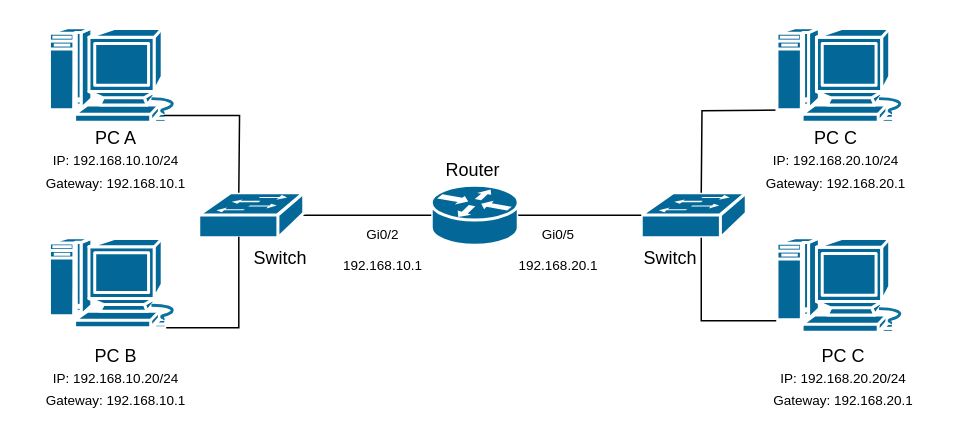
Above: Routers.drawio in PLAD26/-MAC-Tabellen-und-Switching- (draw.io), before the change. Source tidied: cells renumbered, new cells numbered last; positions are measured from the earlier drawing's top-left corner, leaving out a move shared by most shapes. Both pictures are drawn from the tidied source at 150%, with x=0, y=0 at pixel (40, 27).
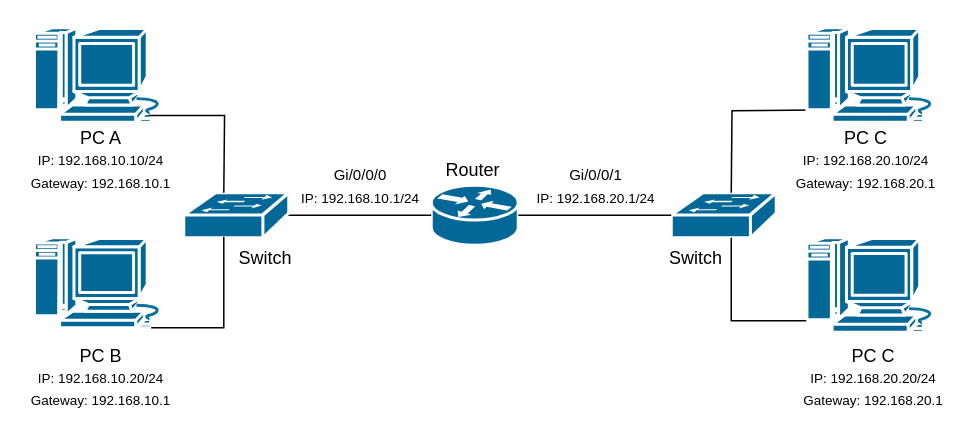
Above is the later version.

What changed in the source:
```diff
@@
     <mxCell id="4" style="strokeColor=#ffffff;sketch=0;html=1;dashed=0;fillColor=#036897;strokeWidth=2;verticalLabelPosition=bottom;verticalAlign=top;align=center;outlineConnect=0;shape=mxgraph.cisco.switches.workgroup_switch;" parent="1" vertex="1">
-      <mxGeometry x="105" y="110" width="70" height="30" as="geometry" />
+      <mxGeometry x="95" y="110" width="70" height="30" as="geometry" />
     </mxCell>
     <mxCell id="5" style="strokeColor=#ffffff;sketch=0;html=1;dashed=0;fillColor=#036897;strokeWidth=2;verticalLabelPosition=bottom;verticalAlign=top;align=center;outlineConnect=0;shape=mxgraph.cisco.switches.workgroup_switch;" parent="1" vertex="1">
-      <mxGeometry x="400" y="110" width="70" height="30" as="geometry" />
+      <mxGeometry x="420" y="110" width="70" height="30" as="geometry" />
     </mxCell>
     <mxCell id="6" style="sketch=0;html=1;dashed=0;fillColor=#036897;strokeColor=#ffffff;strokeWidth=2;verticalLabelPosition=bottom;verticalAlign=top;align=center;shape=mxgraph.cisco.computers_and_peripherals.macintosh;" parent="1" vertex="1">
-      <mxGeometry x="5" width="90" height="63" as="geometry" />
+      <mxGeometry x="-5" width="90" height="63" as="geometry" />
     </mxCell>
     <mxCell id="7" style="sketch=0;html=1;dashed=0;fillColor=#036897;strokeColor=#ffffff;strokeWidth=2;verticalLabelPosition=bottom;verticalAlign=top;align=center;outlineConnect=0;shape=mxgraph.cisco.computers_and_peripherals.macintosh;" parent="1" vertex="1">
-      <mxGeometry x="5" y="140" width="90" height="60" as="geometry" />
+      <mxGeometry x="-5" y="140" width="90" height="60" as="geometry" />
     </mxCell>
     <mxCell id="8" style="edgeStyle=orthogonalEdgeStyle;rounded=0;orthogonalLoop=1;jettySize=auto;html=1;exitX=0.015;exitY=0.87;exitDx=0;exitDy=0;exitPerimeter=0;endArrow=none;endFill=0;" parent="1" edge="1">
       <mxGeometry relative="1" as="geometry">
-        <mxPoint x="496.3" y="54.8" as="sourcePoint" />
-        <mxPoint x="440" y="110" as="targetPoint" />
+        <mxPoint x="516.3" y="54.8" as="sourcePoint" />
+        <mxPoint x="460" y="110" as="targetPoint" />
       </mxGeometry>
     </mxCell>
     <mxCell id="9" style="sketch=0;html=1;dashed=0;fillColor=#036897;strokeColor=#ffffff;strokeWidth=2;verticalLabelPosition=bottom;verticalAlign=top;align=center;shape=mxgraph.cisco.computers_and_peripherals.macintosh;" parent="1" vertex="1">
-      <mxGeometry x="490" width="90" height="63" as="geometry" />
+      <mxGeometry x="510" width="90" height="63" as="geometry" />
     </mxCell>
     <mxCell id="10" style="sketch=0;html=1;dashed=0;fillColor=#036897;strokeColor=#ffffff;strokeWidth=2;verticalLabelPosition=bottom;verticalAlign=top;align=center;shape=mxgraph.cisco.computers_and_peripherals.macintosh;" parent="1" vertex="1">
-      <mxGeometry x="490" y="140" width="90" height="63" as="geometry" />
+      <mxGeometry x="510" y="140" width="90" height="63" as="geometry" />
     </mxCell>
@@
     <mxCell id="12" style="edgeStyle=orthogonalEdgeStyle;rounded=0;jettySize=auto;html=1;exitX=0.818;exitY=-0.038;exitDx=0;exitDy=0;exitPerimeter=0;entryX=0.5;entryY=0;entryDx=0;entryDy=0;entryPerimeter=0;endArrow=none;endFill=0;" parent="1" edge="1" source="18">
       <mxGeometry relative="1" as="geometry">
-        <mxPoint x="131.7" y="110" as="targetPoint" />
+        <mxPoint x="121.7" y="110" as="targetPoint" />
       </mxGeometry>
     </mxCell>
     <mxCell id="13" style="edgeStyle=orthogonalEdgeStyle;rounded=0;jettySize=auto;html=1;entryX=0.5;entryY=0.98;entryDx=0;entryDy=0;entryPerimeter=0;endArrow=none;endFill=0;exitX=0.87;exitY=1;exitDx=0;exitDy=0;exitPerimeter=0;" parent="1" edge="1" source="7">
       <mxGeometry relative="1" as="geometry">
-        <mxPoint x="131.7" y="139.4" as="targetPoint" />
+        <mxPoint x="121.7" y="139.4" as="targetPoint" />
         <Array as="points">
-          <mxPoint x="132" y="200" />
+          <mxPoint x="122" y="200" />
         </Array>
       </mxGeometry>
     </mxCell>
     <mxCell id="14" style="edgeStyle=orthogonalEdgeStyle;rounded=0;jettySize=auto;html=1;exitX=0.015;exitY=0.87;exitDx=0;exitDy=0;exitPerimeter=0;endArrow=none;endFill=0;" parent="1" edge="1" target="5">
       <mxGeometry relative="1" as="geometry">
-        <mxPoint x="490" y="195.4" as="sourcePoint" />
+        <mxPoint x="510" y="195.4" as="sourcePoint" />
         <Array as="points">
-          <mxPoint x="440" y="195" />
+          <mxPoint x="460" y="195" />
         </Array>
       </mxGeometry>
     </mxCell>
@@
     <mxCell id="16" value="&lt;div style=&quot;text-align: center;&quot;&gt;&lt;span style=&quot;background-color: transparent; color: light-dark(rgb(0, 0, 0), rgb(255, 255, 255));&quot;&gt;Switch&lt;/span&gt;&lt;/div&gt;" style="text;whiteSpace=wrap;html=1;" parent="1" vertex="1">
-      <mxGeometry x="140" y="140" width="70" height="40" as="geometry" />
+      <mxGeometry x="130" y="140" width="70" height="40" as="geometry" />
     </mxCell>
     <mxCell id="17" value="&lt;div style=&quot;text-align: center;&quot;&gt;&lt;span style=&quot;background-color: transparent; color: light-dark(rgb(0, 0, 0), rgb(255, 255, 255));&quot;&gt;Switch&lt;/span&gt;&lt;/div&gt;" style="text;whiteSpace=wrap;html=1;" parent="1" vertex="1">
-      <mxGeometry x="400" y="140" width="70" height="40" as="geometry" />
+      <mxGeometry x="417" y="140" width="70" height="40" as="geometry" />
     </mxCell>
     <mxCell id="18" value="&lt;div&gt;PC A&lt;/div&gt;&lt;div&gt;&lt;font style=&quot;font-size: 9px;&quot;&gt;IP: 192.168.10.10/24&lt;/font&gt;&lt;/div&gt;&lt;div&gt;&lt;font style=&quot;font-size: 9px;&quot;&gt;Gateway: 192.168.10.1&lt;/font&gt;&lt;/div&gt;" style="text;whiteSpace=wrap;html=1;align=center;" parent="1" vertex="1">
-      <mxGeometry y="60" width="100" height="40" as="geometry" />
+      <mxGeometry x="-10" y="60" width="100" height="40" as="geometry" />
     </mxCell>
     <mxCell id="19" value="&lt;div&gt;PC B&lt;/div&gt;&lt;div&gt;&lt;font style=&quot;font-size: 9px;&quot;&gt;IP: 192.168.10.20/24&lt;/font&gt;&lt;/div&gt;&lt;div&gt;&lt;font style=&quot;font-size: 9px;&quot;&gt;Gateway: 192.168.10.1&lt;/font&gt;&lt;/div&gt;" style="text;whiteSpace=wrap;html=1;align=center;" parent="1" vertex="1">
-      <mxGeometry y="205" width="100" height="40" as="geometry" />
+      <mxGeometry x="-10" y="205" width="100" height="40" as="geometry" />
     </mxCell>
     <mxCell id="20" value="&lt;div&gt;PC C&lt;/div&gt;&lt;div&gt;&lt;font style=&quot;font-size: 9px;&quot;&gt;IP: 192.168.20.10/24&lt;/font&gt;&lt;/div&gt;&lt;div&gt;&lt;font style=&quot;font-size: 9px;&quot;&gt;Gateway: 192.168.20.1&lt;/font&gt;&lt;/div&gt;" style="text;whiteSpace=wrap;html=1;align=center;" parent="1" vertex="1">
-      <mxGeometry x="480" y="60" width="100" height="40" as="geometry" />
+      <mxGeometry x="500" y="60" width="100" height="40" as="geometry" />
     </mxCell>
     <mxCell id="21" value="&lt;div&gt;PC C&lt;/div&gt;&lt;div&gt;&lt;font style=&quot;font-size: 9px;&quot;&gt;IP: 192.168.20.20/24&lt;/font&gt;&lt;/div&gt;&lt;div&gt;&lt;font style=&quot;font-size: 9px;&quot;&gt;Gateway: 192.168.20.1&lt;/font&gt;&lt;/div&gt;" style="text;whiteSpace=wrap;html=1;align=center;" parent="1" vertex="1">
-      <mxGeometry x="485" y="205" width="100" height="40" as="geometry" />
+      <mxGeometry x="505" y="205" width="100" height="40" as="geometry" />
     </mxCell>
-    <mxCell id="22" value="&lt;div style=&quot;font-family: &amp;quot;Segoe UI&amp;quot;; font-style: normal; font-weight: 400; line-height: 20px;&quot;&gt;&lt;span style=&quot;font-family: Helvetica; font-size: 9px;&quot;&gt;Gi0/2&lt;br&gt;&lt;/span&gt;&lt;span style=&quot;font-family: Helvetica; font-size: 9px; background-color: transparent; color: light-dark(rgb(0, 0, 0), rgb(255, 255, 255));&quot;&gt;192.168.10.1&lt;/span&gt;&lt;/div&gt;" style="text;whiteSpace=wrap;html=1;align=center;" parent="1" vertex="1">
-      <mxGeometry x="183" y="120" width="90" height="40" as="geometry" />
-    </mxCell>
-    <mxCell id="23" value="&lt;div style=&quot;font-family: &amp;quot;Segoe UI&amp;quot;; font-style: normal; font-weight: 400; line-height: 20px;&quot;&gt;&lt;span style=&quot;font-family: Helvetica; font-size: 9px;&quot;&gt;Gi0/5&lt;br&gt;&lt;/span&gt;&lt;span style=&quot;font-family: Helvetica; font-size: 9px; background-color: transparent; color: light-dark(rgb(0, 0, 0), rgb(255, 255, 255));&quot;&gt;192.168.20.1&lt;/span&gt;&lt;/div&gt;" style="text;whiteSpace=wrap;html=1;align=center;" parent="1" vertex="1">
-      <mxGeometry x="300" y="120" width="90" height="40" as="geometry" />
-    </mxCell>
+    <mxCell id="24" value="&lt;div&gt;&lt;font style=&quot;font-size: 10px;&quot;&gt;Gi/0/0/0&lt;/font&gt;&lt;/div&gt;&lt;div&gt;&lt;font style=&quot;font-size: 9px;&quot;&gt;IP: 192.168.10.1/24&lt;/font&gt;&lt;/div&gt;" style="text;html=1;whiteSpace=wrap;strokeColor=none;fillColor=none;align=center;verticalAlign=middle;rounded=0;" parent="1" vertex="1">
+      <mxGeometry x="153" y="90" width="120" height="30" as="geometry" />
+    </mxCell>
+    <mxCell id="25" value="&lt;div&gt;&lt;font style=&quot;font-size: 10px;&quot;&gt;Gi/0/0/1&lt;/font&gt;&lt;/div&gt;&lt;div&gt;&lt;font style=&quot;font-size: 9px;&quot;&gt;IP: 192.168.20.1/24&lt;/font&gt;&lt;/div&gt;" style="text;html=1;whiteSpace=wrap;strokeColor=none;fillColor=none;align=center;verticalAlign=middle;rounded=0;" parent="1" vertex="1">
+      <mxGeometry x="310" y="90" width="120" height="30" as="geometry" />
+    </mxCell>
```
